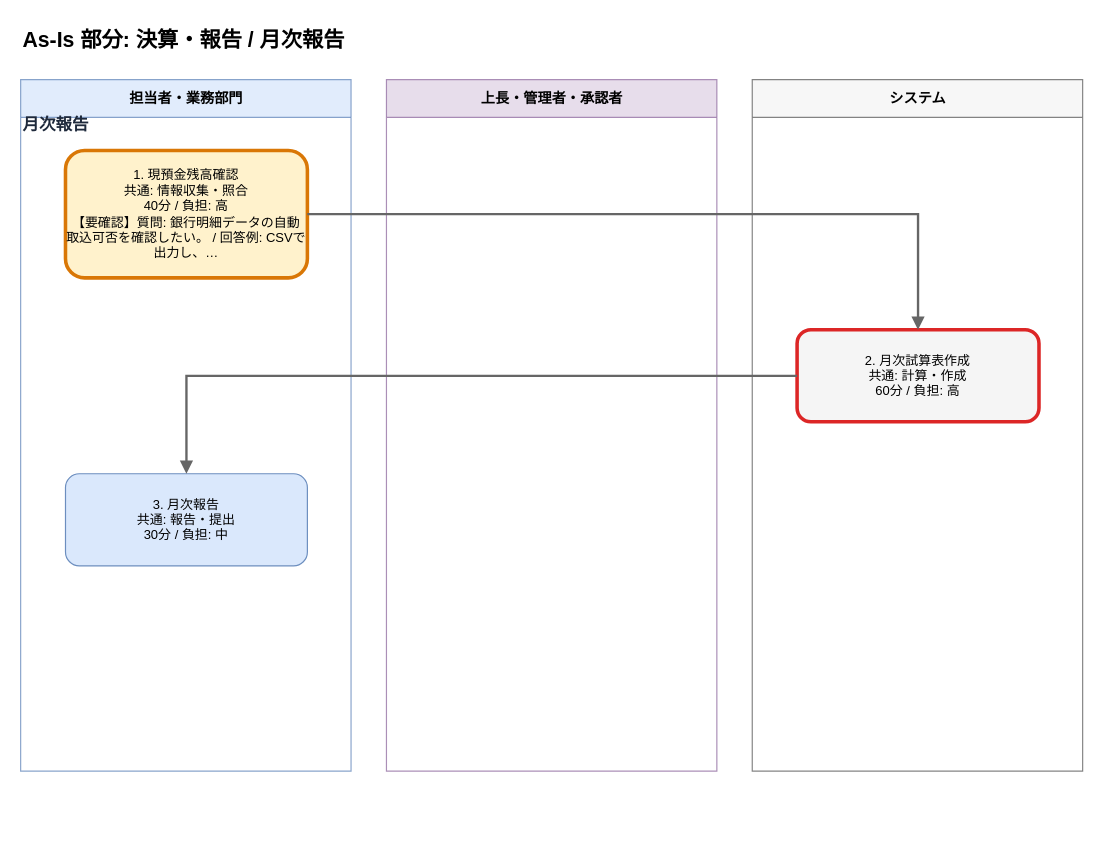
Above: output/flows/asis_決算_報告__月次報告_20260608.drawio in Toshiki811/ai-business-analysis-heatmap (draw.io), before the change. Source tidied: cells renumbered, new cells numbered last; positions are measured from the earlier drawing's top-left corner, leaving out a move shared by most shapes. Both pictures are drawn from the tidied source at 118%, with x=0, y=0 at pixel (20, 20).
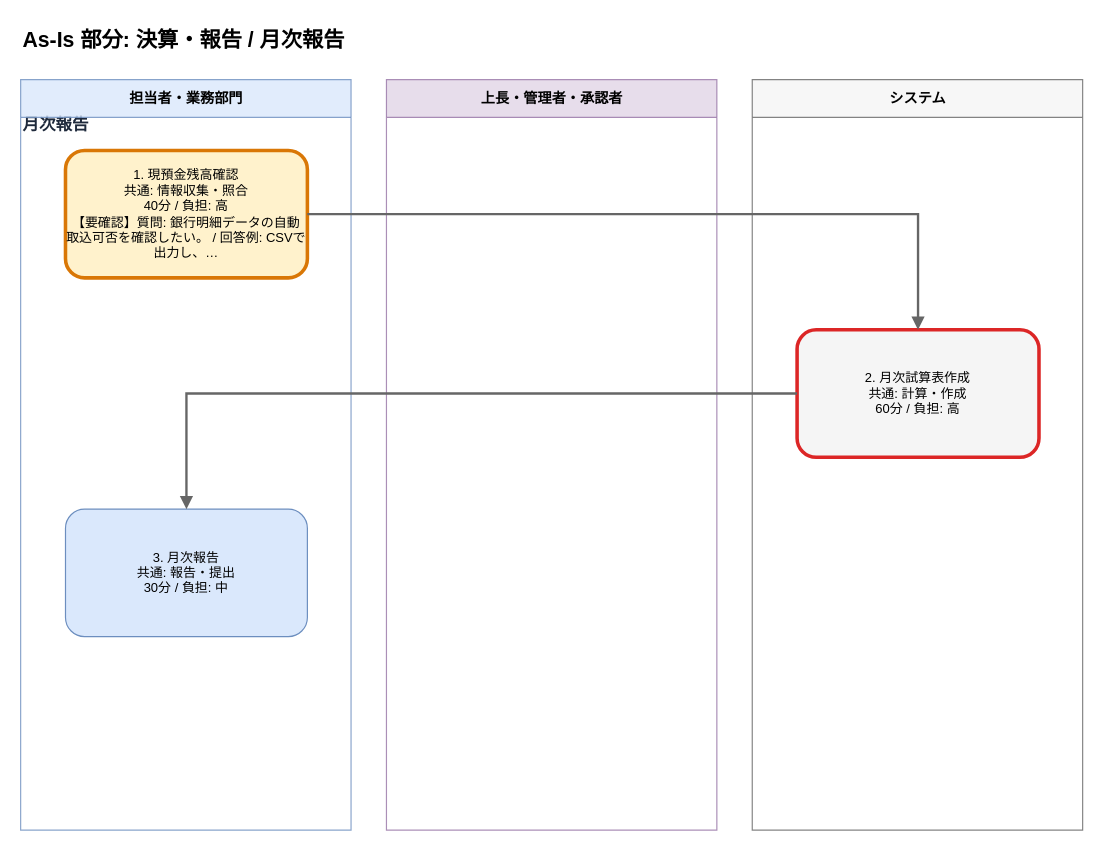
The same page after the edit.

Change to the diagram source:
```diff
@@
 <mxGraphModel>
   <root>
     <mxCell id="0" />
     <mxCell id="1" parent="0" />
+    <mxCell id="6" value="月次報告" style="text;html=1;strokeColor=none;fillColor=none;align=left;verticalAlign=middle;whiteSpace=wrap;fontSize=14;fontStyle=1;fontColor=#1e293b;" parent="1" vertex="1">
+      <mxGeometry y="76" width="860" height="24" as="geometry" />
+    </mxCell>
     <mxCell id="2" value="As-Is 部分: 決算・報告 / 月次報告" style="text;html=1;strokeColor=none;fillColor=none;align=left;fontSize=18;fontStyle=1;" parent="1" vertex="1">
       <mxGeometry width="880" height="30" as="geometry" />
     </mxCell>
     <mxCell id="3" value="担当者・業務部門" style="swimlane;horizontal=1;startSize=32;html=1;fillColor=#dae8fc;strokeColor=#6c8ebf;fontSize=12;fontStyle=1;opacity=80;" parent="1" vertex="1">
-      <mxGeometry y="50" width="280" height="586" as="geometry" />
+      <mxGeometry y="50" width="280" height="636" as="geometry" />
     </mxCell>
     <mxCell id="4" value="上長・管理者・承認者" style="swimlane;horizontal=1;startSize=32;html=1;fillColor=#e1d5e7;strokeColor=#9673a6;fontSize=12;fontStyle=1;opacity=80;" parent="1" vertex="1">
-      <mxGeometry x="310" y="50" width="280" height="586" as="geometry" />
+      <mxGeometry x="310" y="50" width="280" height="636" as="geometry" />
     </mxCell>
     <mxCell id="5" value="システム" style="swimlane;horizontal=1;startSize=32;html=1;fillColor=#f5f5f5;strokeColor=#666666;fontSize=12;fontStyle=1;opacity=80;" parent="1" vertex="1">
-      <mxGeometry x="620" y="50" width="280" height="586" as="geometry" />
+      <mxGeometry x="620" y="50" width="280" height="636" as="geometry" />
     </mxCell>
-    <mxCell id="6" value="月次報告" style="text;html=1;strokeColor=none;fillColor=none;align=left;verticalAlign=middle;whiteSpace=wrap;fontSize=14;fontStyle=1;fontColor=#1e293b;" parent="1" vertex="1">
-      <mxGeometry y="76" width="860" height="24" as="geometry" />
-    </mxCell>
     <mxCell id="7" value="1. 現預金残高確認&#10;共通: 情報収集・照合&#10;40分 / 負担: 高&#10;【要確認】質問: 銀行明細データの自動取込可否を確認したい。 / 回答例: CSVで出力し、…" style="rounded=1;whiteSpace=wrap;html=1;fillColor=#fff2cc;strokeColor=#d97706;strokeWidth=3;fontSize=11;fontColor=#000000;" parent="1" vertex="1">
       <mxGeometry x="38" y="110" width="205" height="108" as="geometry" />
     </mxCell>
     <mxCell id="8" value="2. 月次試算表作成&#10;共通: 計算・作成&#10;60分 / 負担: 高" style="rounded=1;whiteSpace=wrap;html=1;fillColor=#f5f5f5;strokeColor=#dc2626;strokeWidth=3;fontSize=11;fontColor=#000000;" parent="1" vertex="1">
-      <mxGeometry x="658" y="262" width="205" height="78" as="geometry" />
+      <mxGeometry x="658" y="262" width="205" height="108" as="geometry" />
     </mxCell>
+    <mxCell id="10" value="3. 月次報告&#10;共通: 報告・提出&#10;30分 / 負担: 中" style="rounded=1;whiteSpace=wrap;html=1;fillColor=#dae8fc;strokeColor=#6c8ebf;strokeWidth=1;fontSize=11;fontColor=#000000;" parent="1" vertex="1">
+      <mxGeometry x="38" y="414" width="205" height="108" as="geometry" />
+    </mxCell>
-    <mxCell id="9" style="edgeStyle=orthogonalEdgeStyle;rounded=0;html=1;strokeColor=#666666;strokeWidth=2;endArrow=block;endFill=1;" parent="1" edge="1" source="7" target="8">
+    <mxCell id="9" style="edgeStyle=orthogonalEdgeStyle;rounded=0;html=1;strokeColor=#666666;strokeWidth=2;endArrow=block;endFill=1;fontSize=11;fontColor=#1f2937;" parent="1" edge="1" source="7" target="8">
       <mxGeometry relative="1" as="geometry" />
     </mxCell>
-    <mxCell id="10" value="3. 月次報告&#10;共通: 報告・提出&#10;30分 / 負担: 中" style="rounded=1;whiteSpace=wrap;html=1;fillColor=#dae8fc;strokeColor=#6c8ebf;strokeWidth=1;fontSize=11;fontColor=#000000;" parent="1" vertex="1">
-      <mxGeometry x="38" y="384" width="205" height="78" as="geometry" />
-    </mxCell>
-    <mxCell id="11" style="edgeStyle=orthogonalEdgeStyle;rounded=0;html=1;strokeColor=#666666;strokeWidth=2;endArrow=block;endFill=1;" parent="1" edge="1" source="8" target="10">
+    <mxCell id="11" style="edgeStyle=orthogonalEdgeStyle;rounded=0;html=1;strokeColor=#666666;strokeWidth=2;endArrow=block;endFill=1;fontSize=11;fontColor=#1f2937;" parent="1" edge="1" source="8" target="10">
       <mxGeometry relative="1" as="geometry" />
     </mxCell>
   </root>
 </mxGraphModel>
```
